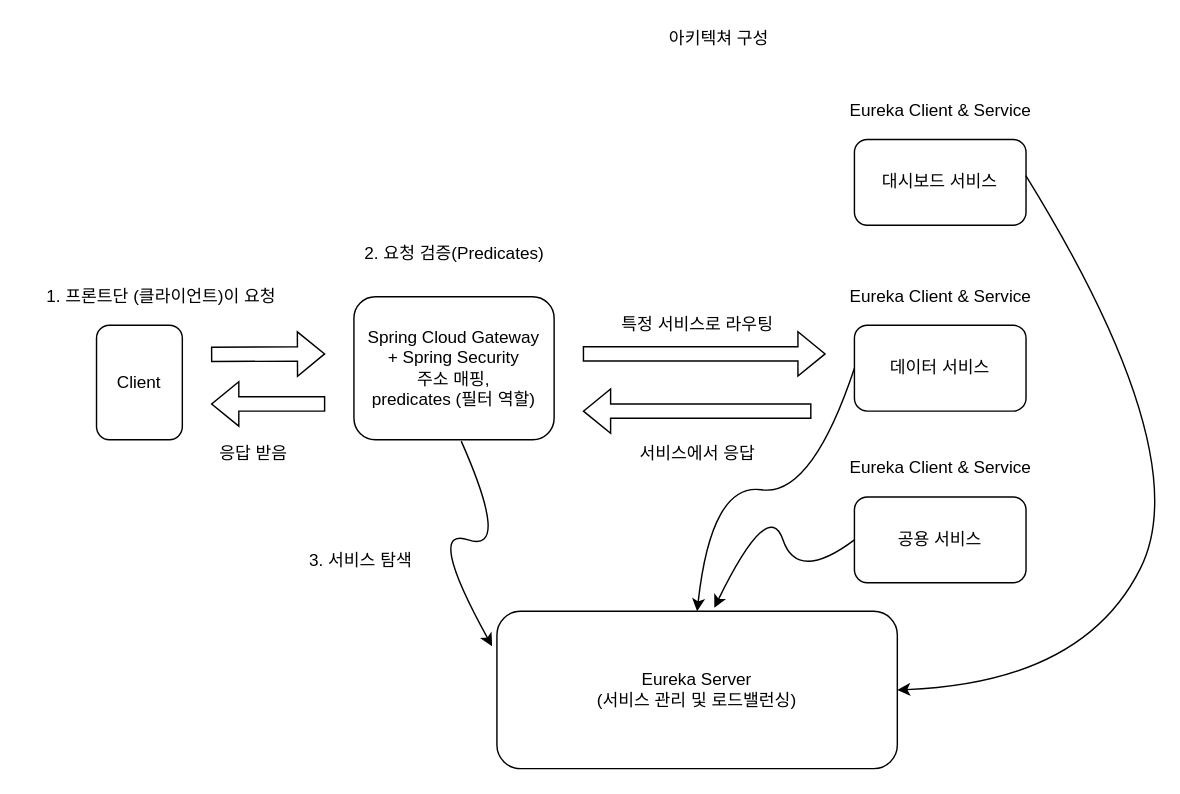
Earlier version of the draw.io diagram Untitled Diagram.drawio (sun2824/architectureProject). Source tidied: cells renumbered, new cells numbered last; positions are measured from the earlier drawing's top-left corner, leaving out a move shared by most shapes. Both pictures are drawn from the tidied source at 143%, with x=0, y=0 at pixel (24, 24).
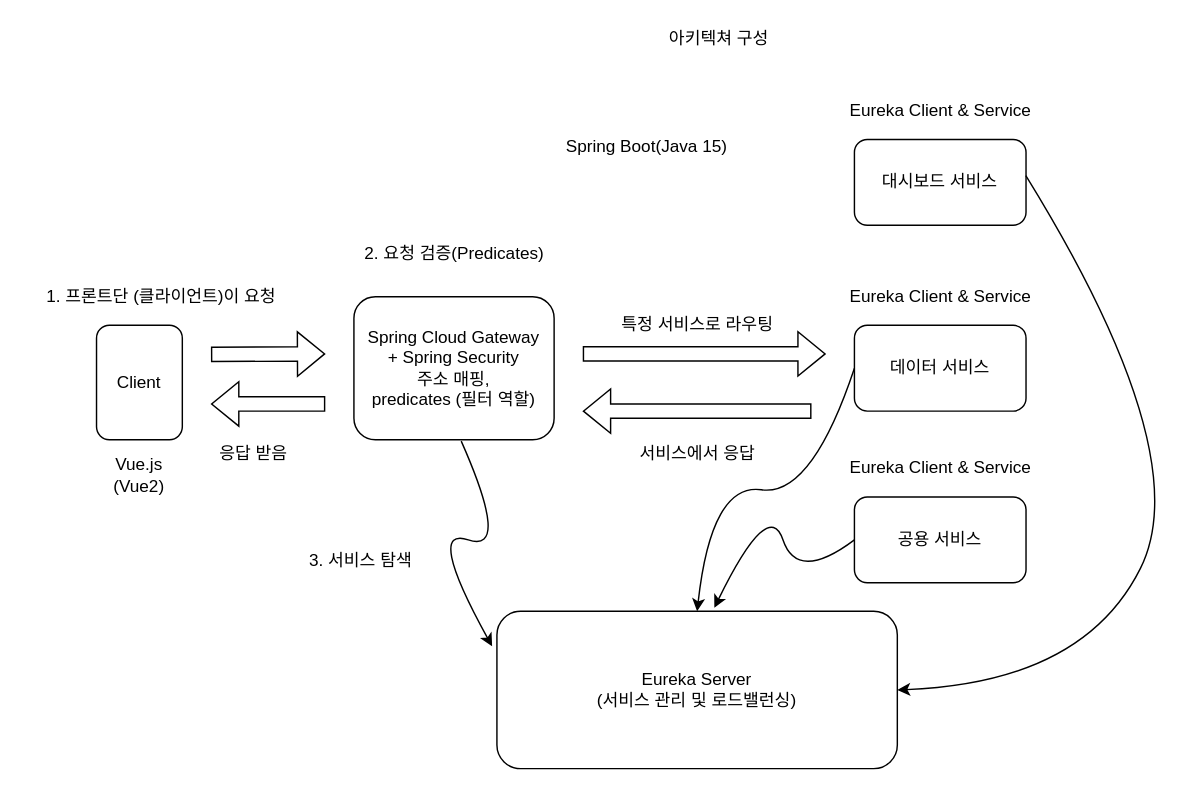
Above is the later version.

Diff of the diagram source:
```diff
@@
+    <mxCell id="26" value="Vue.js&lt;br&gt;(Vue2)" style="text;html=1;strokeColor=none;fillColor=none;align=center;verticalAlign=middle;whiteSpace=wrap;rounded=0;" parent="1" vertex="1">
+      <mxGeometry x="50" y="300" width="60" height="30" as="geometry" />
+    </mxCell>
+    <mxCell id="27" value="Spring Boot(Java 15)" style="text;html=1;strokeColor=none;fillColor=none;align=center;verticalAlign=middle;whiteSpace=wrap;rounded=0;" parent="1" vertex="1">
+      <mxGeometry x="350" y="70" width="170" height="30" as="geometry" />
+    </mxCell>
```
